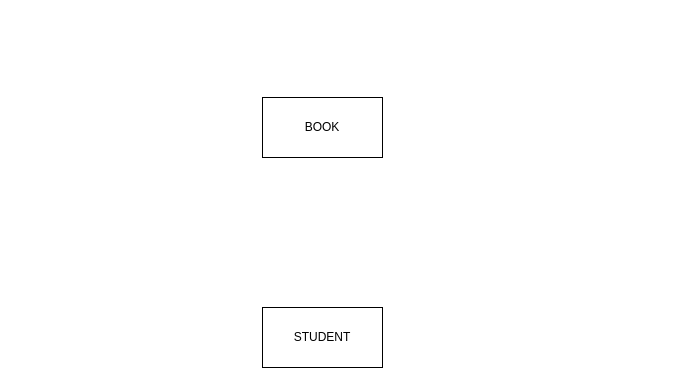
Earlier version of the draw.io diagram Untitled Diagram.drawio (Tecookie/PRO192). Source tidied: cells renumbered, new cells numbered last; positions are measured from the earlier drawing's top-left corner, leaving out a move shared by most shapes. Both pictures are drawn from the tidied source at 100%, with x=0, y=0 at pixel (262, 97).
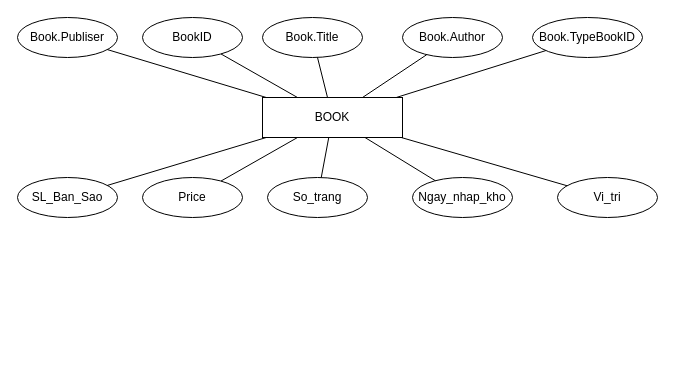
Above is the later version.

What changed in the source:
```diff
@@
-    <mxCell id="2" value="BOOK" style="rounded=0;whiteSpace=wrap;html=1;" parent="1" vertex="1">
-      <mxGeometry width="120" height="60" as="geometry" />
+    <mxCell id="2" value="BOOK" style="whiteSpace=wrap;html=1;align=center;" parent="1" vertex="1">
+      <mxGeometry width="140" height="40" as="geometry" />
     </mxCell>
-    <mxCell id="3" value="STUDENT" style="rounded=0;whiteSpace=wrap;html=1;" parent="1" vertex="1">
-      <mxGeometry y="210" width="120" height="60" as="geometry" />
-    </mxCell>
+    <mxCell id="4" value="BookID" style="ellipse;whiteSpace=wrap;html=1;align=center;" parent="1" vertex="1">
+      <mxGeometry x="-120" y="-80" width="100" height="40" as="geometry" />
+    </mxCell>
+    <mxCell id="5" style="endArrow=none;html=1;rounded=0;" parent="1" edge="1" source="4" target="2">
+      <mxGeometry relative="1" as="geometry" />
+    </mxCell>
+    <mxCell id="6" value="Book.Title" style="ellipse;whiteSpace=wrap;html=1;align=center;" parent="1" vertex="1">
+      <mxGeometry y="-80" width="100" height="40" as="geometry" />
+    </mxCell>
+    <mxCell id="7" style="endArrow=none;html=1;rounded=0;" parent="1" edge="1" source="6" target="2">
+      <mxGeometry relative="1" as="geometry" />
+    </mxCell>
+    <mxCell id="8" value="So_trang" style="ellipse;whiteSpace=wrap;html=1;align=center;" parent="1" vertex="1">
+      <mxGeometry x="5" y="80" width="100" height="40" as="geometry" />
+    </mxCell>
+    <mxCell id="9" value="Book.Author" style="ellipse;whiteSpace=wrap;html=1;align=center;" parent="1" vertex="1">
+      <mxGeometry x="140" y="-80" width="100" height="40" as="geometry" />
+    </mxCell>
+    <mxCell id="10" value="Book.Publiser" style="ellipse;whiteSpace=wrap;html=1;align=center;" parent="1" vertex="1">
+      <mxGeometry x="-245" y="-80" width="100" height="40" as="geometry" />
+    </mxCell>
+    <mxCell id="11" value="SL_Ban_Sao" style="ellipse;whiteSpace=wrap;html=1;align=center;" parent="1" vertex="1">
+      <mxGeometry x="-245" y="80" width="100" height="40" as="geometry" />
+    </mxCell>
+    <mxCell id="12" value="Price" style="ellipse;whiteSpace=wrap;html=1;align=center;" parent="1" vertex="1">
+      <mxGeometry x="-120" y="80" width="100" height="40" as="geometry" />
+    </mxCell>
+    <mxCell id="13" value="Ngay_nhap_kho" style="ellipse;whiteSpace=wrap;html=1;align=center;" parent="1" vertex="1">
+      <mxGeometry x="150" y="80" width="100" height="40" as="geometry" />
+    </mxCell>
+    <mxCell id="14" value="Vi_tri" style="ellipse;whiteSpace=wrap;html=1;align=center;" parent="1" vertex="1">
+      <mxGeometry x="295" y="80" width="100" height="40" as="geometry" />
+    </mxCell>
+    <mxCell id="15" value="Book.TypeBookID" style="ellipse;whiteSpace=wrap;html=1;align=center;" parent="1" vertex="1">
+      <mxGeometry x="270" y="-80" width="110" height="40" as="geometry" />
+    </mxCell>
+    <mxCell id="16" style="endArrow=none;html=1;rounded=0;" parent="1" edge="1" source="11" target="2">
+      <mxGeometry relative="1" as="geometry" />
+    </mxCell>
+    <mxCell id="17" style="endArrow=none;html=1;rounded=0;" parent="1" edge="1" source="12" target="2">
+      <mxGeometry relative="1" as="geometry" />
+    </mxCell>
+    <mxCell id="18" style="endArrow=none;html=1;rounded=0;" parent="1" edge="1" source="10" target="2">
+      <mxGeometry relative="1" as="geometry" />
+    </mxCell>
+    <mxCell id="19" style="endArrow=none;html=1;rounded=0;" parent="1" edge="1" source="2" target="8">
+      <mxGeometry relative="1" as="geometry" />
+    </mxCell>
+    <mxCell id="20" style="endArrow=none;html=1;rounded=0;" parent="1" edge="1" source="13" target="2">
+      <mxGeometry relative="1" as="geometry" />
+    </mxCell>
+    <mxCell id="21" style="endArrow=none;html=1;rounded=0;" parent="1" edge="1" source="2" target="9">
+      <mxGeometry relative="1" as="geometry" />
+    </mxCell>
+    <mxCell id="22" style="endArrow=none;html=1;rounded=0;" parent="1" edge="1" source="15" target="2">
+      <mxGeometry relative="1" as="geometry" />
+    </mxCell>
+    <mxCell id="23" style="endArrow=none;html=1;rounded=0;" parent="1" edge="1" source="2" target="14">
+      <mxGeometry relative="1" as="geometry" />
+    </mxCell>
```
